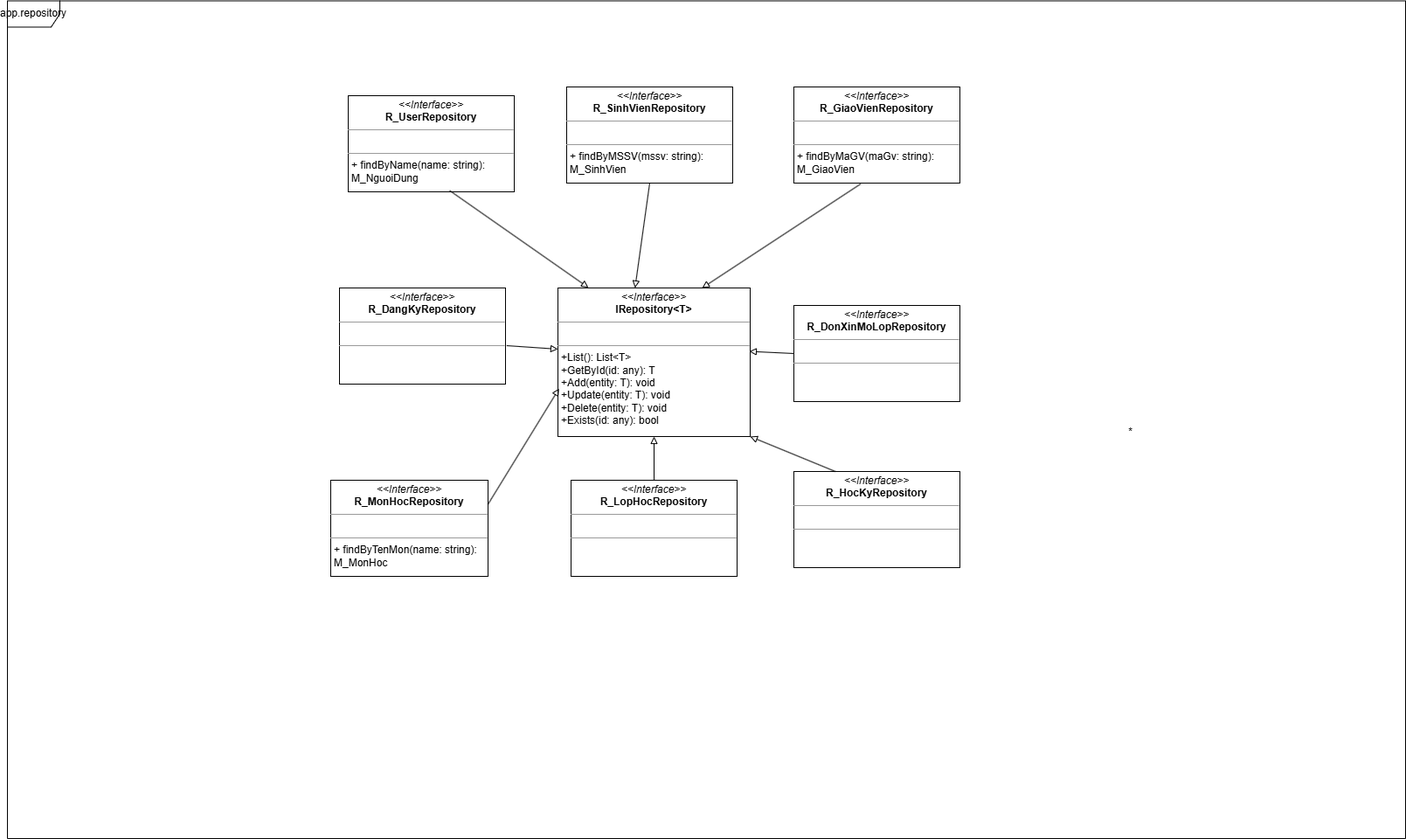
The draw.io diagram Package Diagram/Repository/Repository.drawio.png in imvietcuongfrvietnam/PTTKHT, before a commit. Source tidied: cells renumbered, new cells last; positions are measured from the earlier drawing's top-left corner, leaving out a move shared by most shapes.
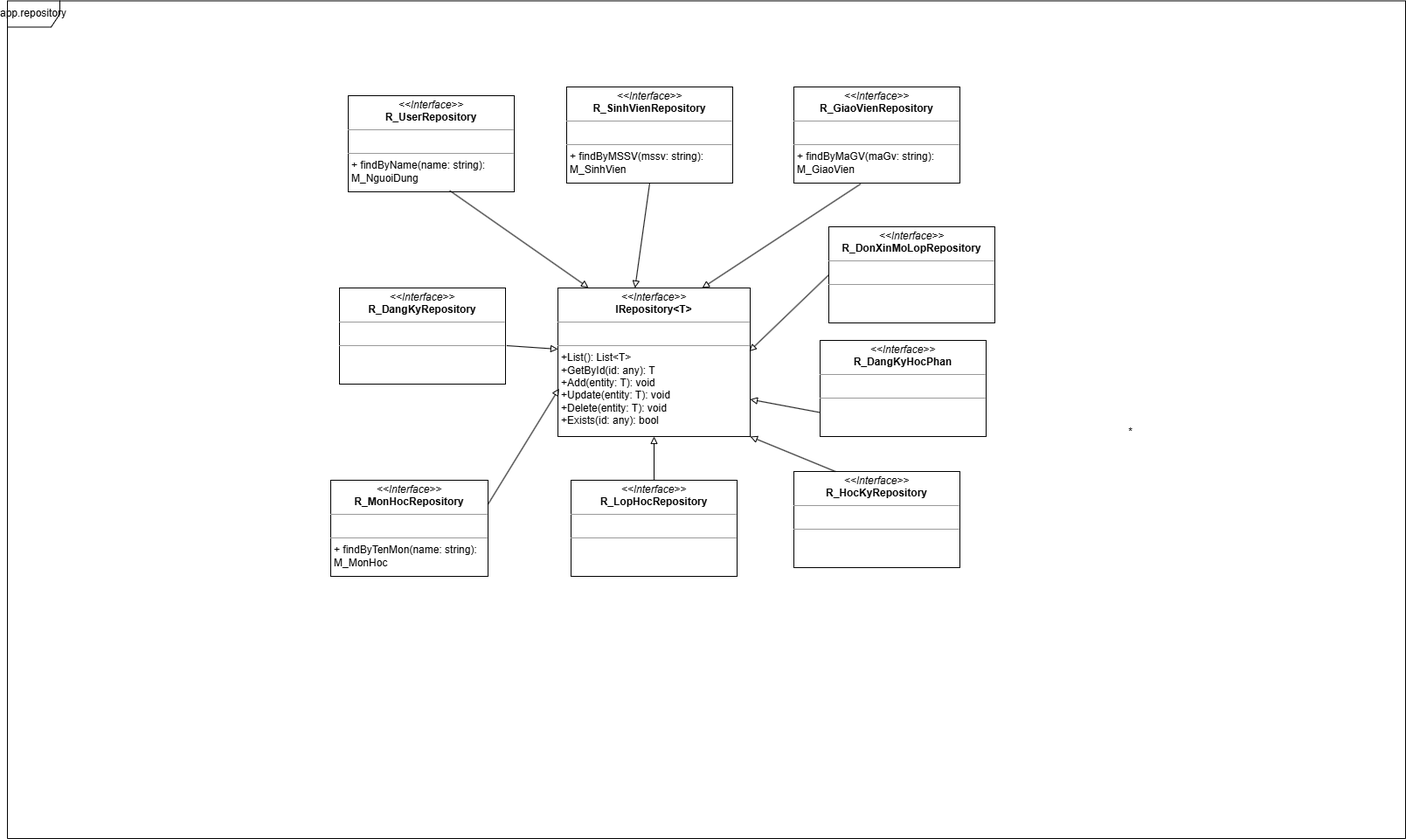
The same file after the commit.

The edit, as a diff of the source:
```diff
@@ -30,7 +30,7 @@
       <mxGeometry x="645" y="548" width="190" height="110" as="geometry" />
     </mxCell>
     <mxCell id="11" value="&lt;p style=&quot;margin:0px;margin-top:4px;text-align:center;&quot;&gt;&lt;i&gt;&amp;lt;&amp;lt;Interface&amp;gt;&amp;gt;&lt;/i&gt;&lt;br&gt;&lt;b&gt;R_DonXinMoLopRepository&lt;/b&gt;&lt;/p&gt;&lt;hr size=&quot;1&quot;&gt;&lt;p style=&quot;margin:0px;margin-left:4px;&quot;&gt;&lt;br&gt;&lt;/p&gt;&lt;hr size=&quot;1&quot;&gt;&lt;p style=&quot;margin: 0px 0px 0px 4px;&quot;&gt;&lt;br&gt;&lt;/p&gt;" style="verticalAlign=top;align=left;overflow=fill;fontSize=12;fontFamily=Helvetica;html=1;rounded=0;shadow=0;comic=0;labelBackgroundColor=none;strokeWidth=1;" parent="1" vertex="1">
-      <mxGeometry x="900" y="348" width="190" height="110" as="geometry" />
+      <mxGeometry x="940" y="258" width="190" height="110" as="geometry" />
     </mxCell>
     <mxCell id="12" value="&lt;p style=&quot;margin:0px;margin-top:4px;text-align:center;&quot;&gt;&lt;i&gt;&amp;lt;&amp;lt;Interface&amp;gt;&amp;gt;&lt;/i&gt;&lt;br&gt;&lt;b&gt;R_HocKyRepository&lt;/b&gt;&lt;/p&gt;&lt;hr size=&quot;1&quot;&gt;&lt;p style=&quot;margin:0px;margin-left:4px;&quot;&gt;&lt;br&gt;&lt;/p&gt;&lt;hr size=&quot;1&quot;&gt;&lt;p style=&quot;margin: 0px 0px 0px 4px;&quot;&gt;&lt;br&gt;&lt;/p&gt;" style="verticalAlign=top;align=left;overflow=fill;fontSize=12;fontFamily=Helvetica;html=1;rounded=0;shadow=0;comic=0;labelBackgroundColor=none;strokeWidth=1;" parent="1" vertex="1">
       <mxGeometry x="900" y="538" width="190" height="110" as="geometry" />
@@ -61,5 +61,11 @@
     <mxCell id="20" style="endArrow=block;html=1;rounded=0;exitX=0.611;exitY=0.987;exitDx=0;exitDy=0;exitPerimeter=0;endFill=0;entryX=0.159;entryY=-0.002;entryDx=0;entryDy=0;entryPerimeter=0;" parent="1" edge="1" source="5" target="4">
       <mxGeometry relative="1" as="geometry" />
     </mxCell>
+    <mxCell id="21" value="&lt;p style=&quot;margin:0px;margin-top:4px;text-align:center;&quot;&gt;&lt;i&gt;&amp;lt;&amp;lt;Interface&amp;gt;&amp;gt;&lt;/i&gt;&lt;br&gt;&lt;b&gt;R_DangKyHocPhan&lt;/b&gt;&lt;/p&gt;&lt;hr size=&quot;1&quot;&gt;&lt;p style=&quot;margin:0px;margin-left:4px;&quot;&gt;&lt;br&gt;&lt;/p&gt;&lt;hr size=&quot;1&quot;&gt;&lt;p style=&quot;margin: 0px 0px 0px 4px;&quot;&gt;&lt;br&gt;&lt;/p&gt;" style="verticalAlign=top;align=left;overflow=fill;fontSize=12;fontFamily=Helvetica;html=1;rounded=0;shadow=0;comic=0;labelBackgroundColor=none;strokeWidth=1;" parent="1" vertex="1">
+      <mxGeometry x="930" y="388" width="190" height="110" as="geometry" />
+    </mxCell>
+    <mxCell id="22" style="endArrow=block;html=1;rounded=0;exitX=0;exitY=0.75;exitDx=0;exitDy=0;endFill=0;entryX=1;entryY=0.75;entryDx=0;entryDy=0;" parent="1" edge="1" source="21" target="4">
+      <mxGeometry relative="1" as="geometry" />
+    </mxCell>
   </root>
 </mxGraphModel>
```
